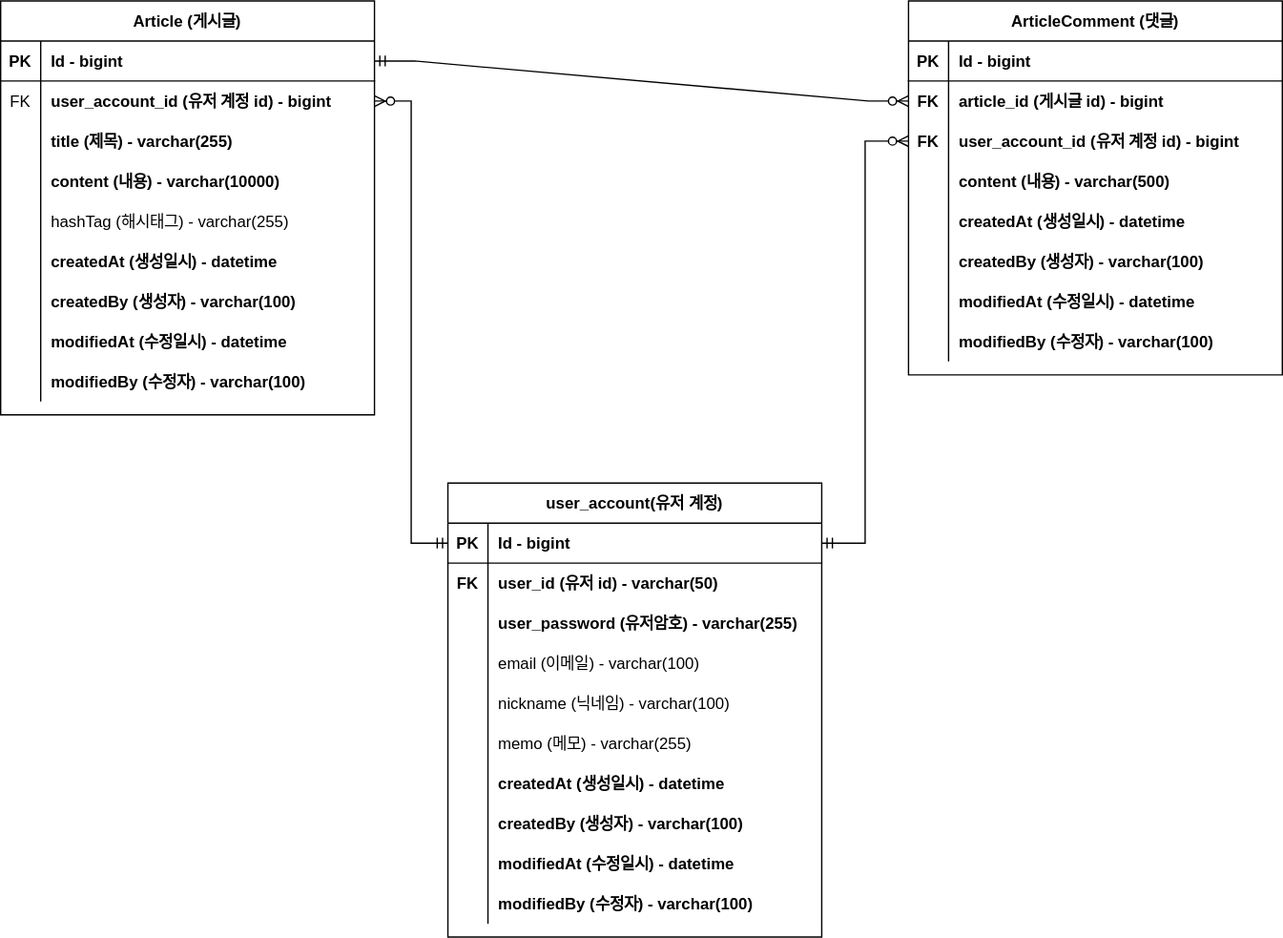
Earlier version of the draw.io export document/project-board-erd.svg (wlsgur073/practice-board-service-spring). Source tidied: cells renumbered, new cells last; positions are measured from the earlier drawing's top-left corner, leaving out a move shared by most shapes.
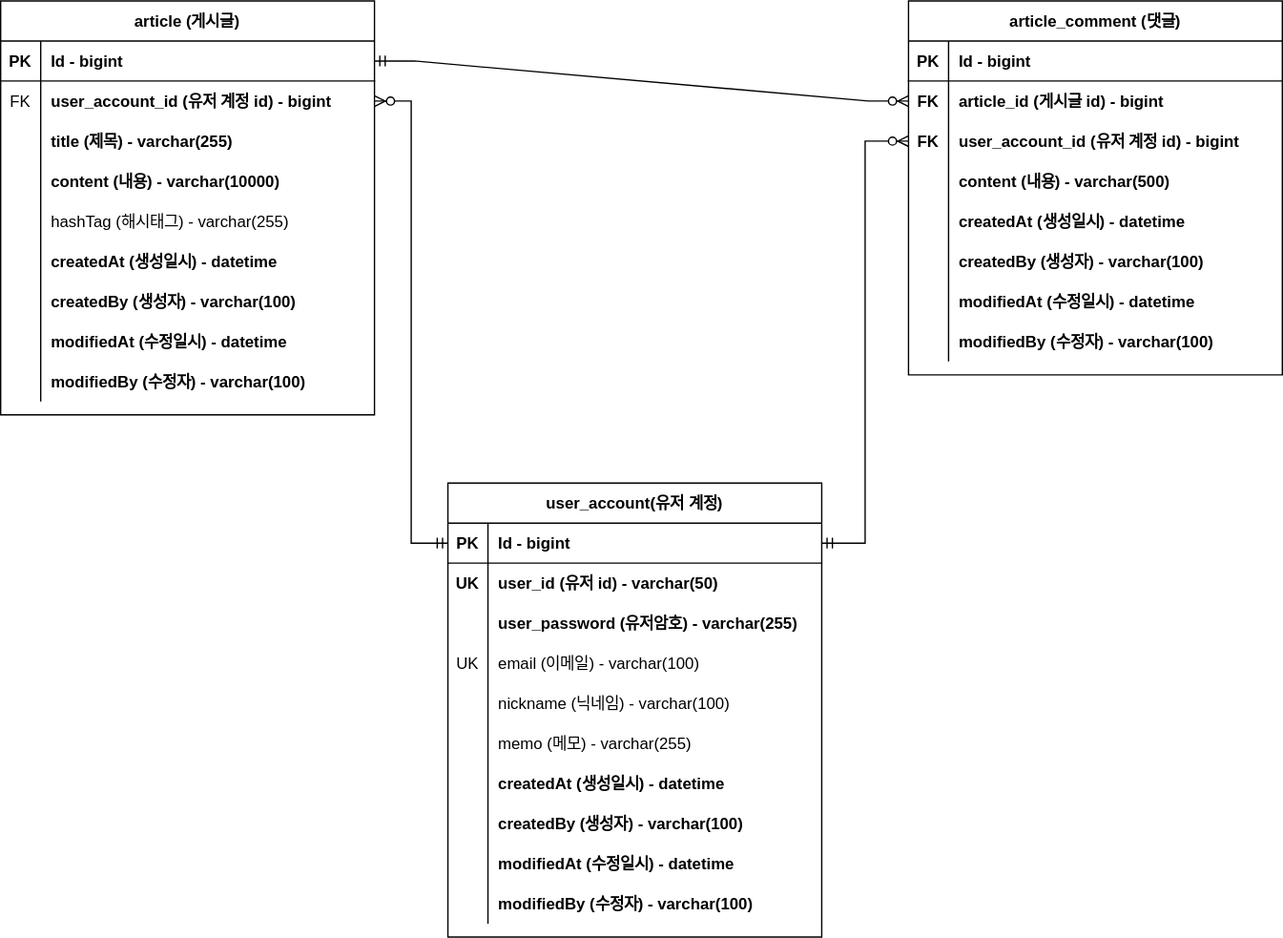
After the change.

What changed in the source:
```diff
@@ -2,7 +2,7 @@
   <root>
     <mxCell id="0" />
     <mxCell id="1" parent="0" />
-    <mxCell id="2" value="Article (게시글)" style="shape=table;startSize=30;rowLines=0;fontStyle=1;align=center;" parent="1" vertex="1">
+    <mxCell id="2" value="article (게시글)" style="shape=table;startSize=30;rowLines=0;fontStyle=1;align=center;" parent="1" vertex="1">
       <mxGeometry width="280" height="310" as="geometry" />
     </mxCell>
     <mxCell id="3" style="shape=partialRectangle;fillColor=none;points=[[0,0.5],[1,0.5]];portConstraint=eastwest;top=0;left=0;right=0;bottom=1;" parent="2" vertex="1">
@@ -86,7 +86,7 @@
     <mxCell id="29" value="modifiedBy (수정자) - varchar(100)" style="shape=partialRectangle;overflow=hidden;fillColor=none;top=0;left=0;bottom=0;right=0;align=left;spacingLeft=6;fontStyle=1;" parent="27" vertex="1">
       <mxGeometry x="30" width="250" height="30" as="geometry" />
     </mxCell>
-    <mxCell id="30" value="ArticleComment (댓글)" style="shape=table;startSize=30;rowLines=0;fontStyle=1;align=center;" parent="1" vertex="1">
+    <mxCell id="30" value="article_comment (댓글)" style="shape=table;startSize=30;rowLines=0;fontStyle=1;align=center;" parent="1" vertex="1">
       <mxGeometry x="680" width="280" height="280" as="geometry" />
     </mxCell>
     <mxCell id="31" style="shape=partialRectangle;fillColor=none;top=0;left=0;right=0;bottom=1;" parent="30" vertex="1">
@@ -179,7 +179,7 @@
     <mxCell id="60" style="shape=partialRectangle;fillColor=none;top=0;left=0;right=0;bottom=0;" parent="56" vertex="1">
       <mxGeometry y="60" width="280" height="30" as="geometry" />
     </mxCell>
-    <mxCell id="61" value="FK" style="shape=partialRectangle;overflow=hidden;fillColor=none;top=0;left=0;bottom=0;right=0;fontStyle=1;" parent="60" vertex="1">
+    <mxCell id="61" value="UK" style="shape=partialRectangle;overflow=hidden;fillColor=none;top=0;left=0;bottom=0;right=0;fontStyle=1;" parent="60" vertex="1">
       <mxGeometry width="30" height="30" as="geometry" />
     </mxCell>
     <mxCell id="62" value="user_id (유저 id) - varchar(50)" style="shape=partialRectangle;overflow=hidden;fillColor=none;top=0;left=0;bottom=0;right=0;align=left;spacingLeft=6;fontStyle=1;" parent="60" vertex="1">
@@ -197,7 +197,7 @@
     <mxCell id="66" style="shape=partialRectangle;fillColor=none;top=0;left=0;right=0;bottom=0;" parent="56" vertex="1">
       <mxGeometry y="120" width="280" height="30" as="geometry" />
     </mxCell>
-    <mxCell id="67" style="shape=partialRectangle;overflow=hidden;fillColor=none;top=0;left=0;bottom=0;right=0;" parent="66" vertex="1">
+    <mxCell id="67" value="UK" style="shape=partialRectangle;overflow=hidden;fillColor=none;top=0;left=0;bottom=0;right=0;" parent="66" vertex="1">
       <mxGeometry width="30" height="30" as="geometry" />
     </mxCell>
     <mxCell id="68" value="email (이메일) - varchar(100)" style="shape=partialRectangle;overflow=hidden;fillColor=none;top=0;left=0;bottom=0;right=0;align=left;spacingLeft=6;fontStyle=0;" parent="66" vertex="1">
```
